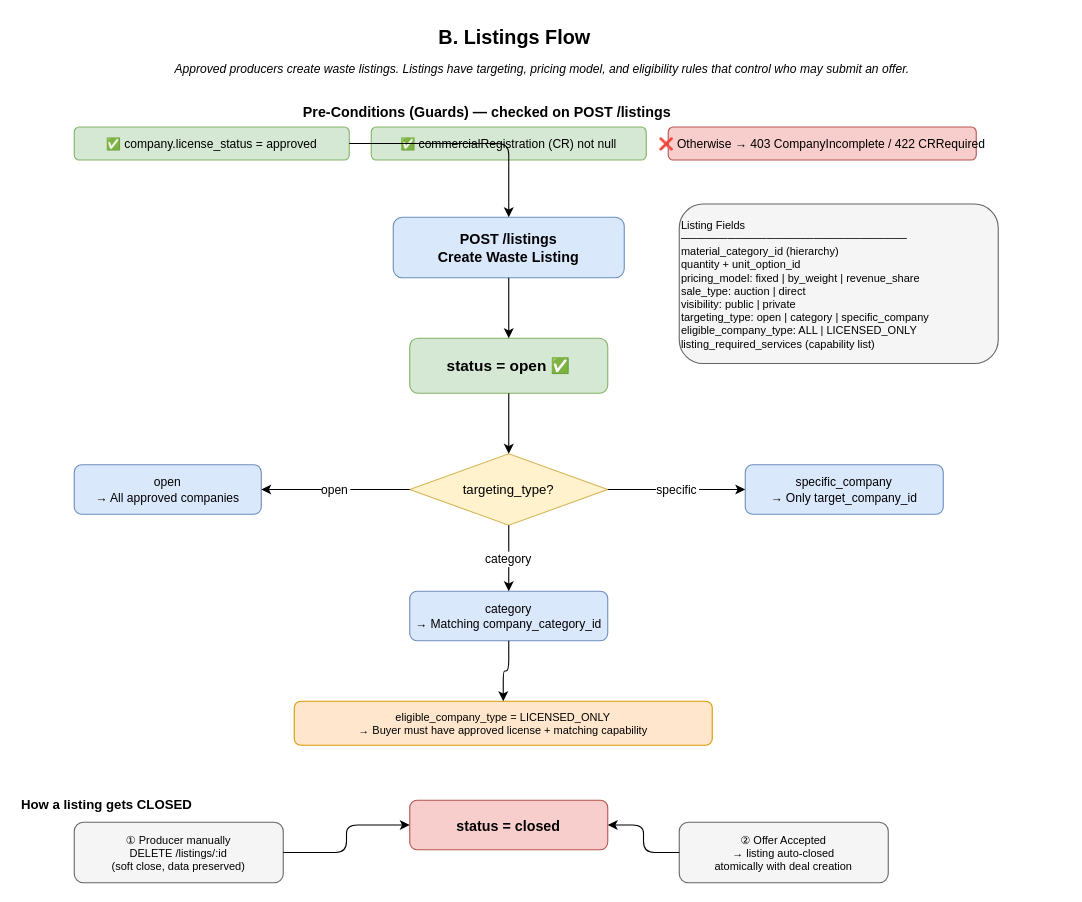
Earlier version of the draw.io diagram page "3. Listings Flow" (3 of 6) of Tadweerah_Phase1_Operating_Model.drawio (mmuaibed/Tadweerah-Hub). Source tidied: cells renumbered, new cells numbered last; positions are measured from the earlier drawing's top-left corner, leaving out a move shared by most shapes. Both pictures are drawn from the tidied source at 110%, with x=0, y=0 at pixel (19, 19).
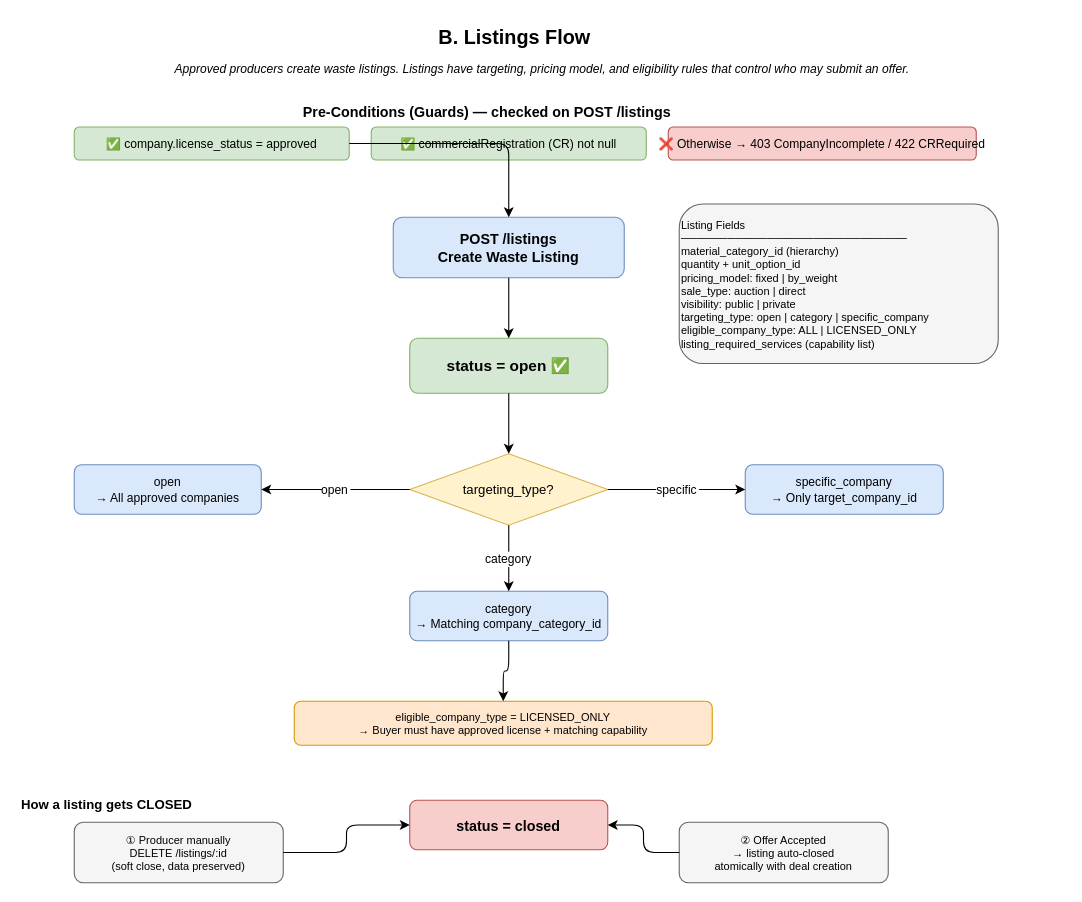
The same diagram, later.

Commit message (it also covers changes not shown here):
Update operating model diagram with business language and annotations

Change to the diagram source:
```diff
@@
-    <mxCell id="9" value="Listing Fields&#10;─────────────────────────────&#10;material_category_id (hierarchy)&#10;quantity + unit_option_id&#10;pricing_model: fixed | by_weight | revenue_share&#10;sale_type: auction | direct&#10;visibility: public | private&#10;targeting_type: open | category | specific_company&#10;eligible_company_type: ALL | LICENSED_ONLY&#10;listing_required_services (capability list)" style="rounded=1;whiteSpace=wrap;html=1;fillColor=#f5f5f5;strokeColor=#666666;fontSize=10;align=left;" parent="1" vertex="1">
+    <mxCell id="9" value="Listing Fields&#10;─────────────────────────────&#10;material_category_id (hierarchy)&#10;quantity + unit_option_id&#10;pricing_model: fixed | by_weight&#10;sale_type: auction | direct&#10;visibility: public | private&#10;targeting_type: open | category | specific_company&#10;eligible_company_type: ALL | LICENSED_ONLY&#10;listing_required_services (capability list)" style="rounded=1;whiteSpace=wrap;html=1;fillColor=#f5f5f5;strokeColor=#666666;fontSize=10;align=left;" parent="1" vertex="1">
       <mxGeometry x="600" y="168" width="290" height="145" as="geometry" />
     </mxCell>
```
